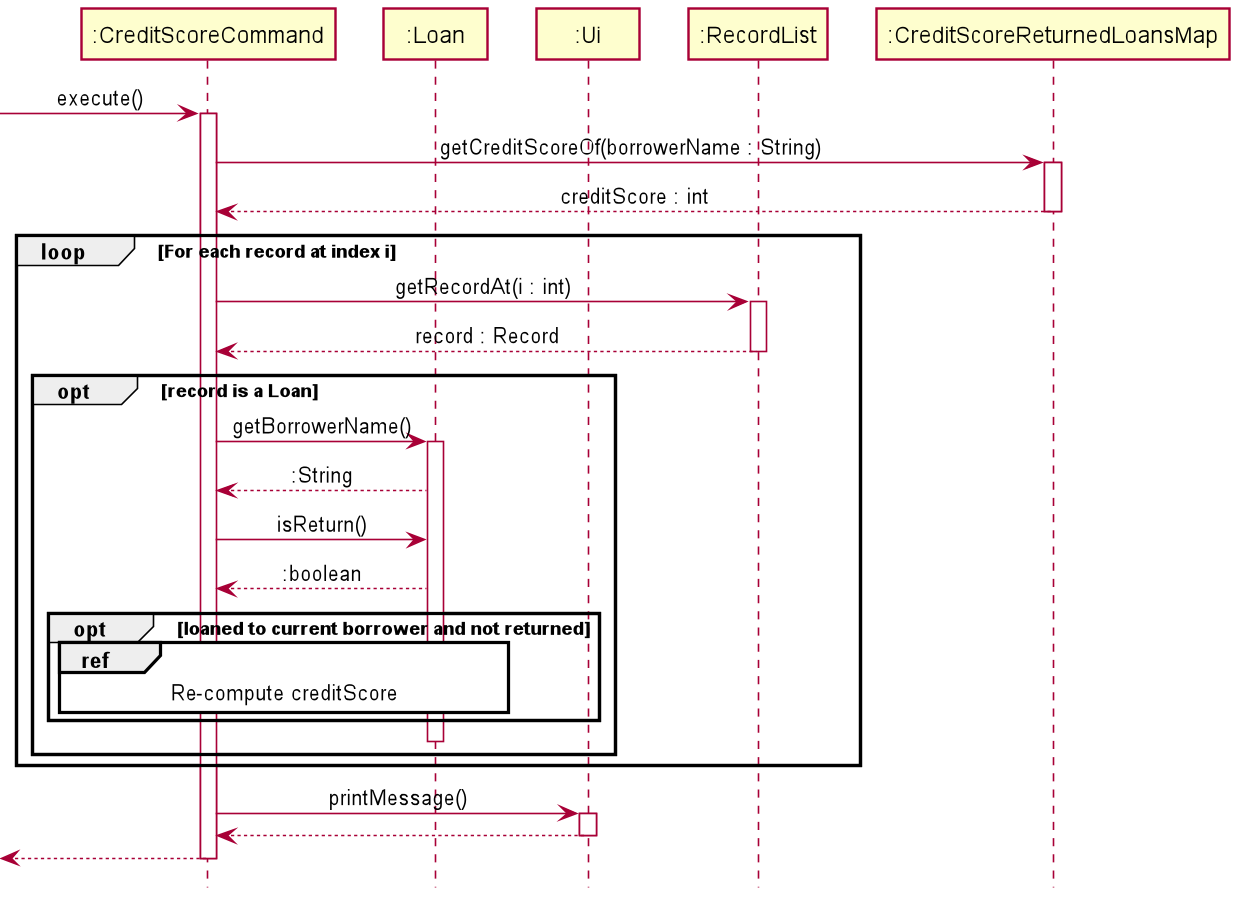
The PlantUML diagram docs/img/CreditScoreFeatureSequenceDiagram.png in nus-cs2113-AY2021S2/tp, before a commit. The source it was exported from:
```plantuml
@startuml
!include style.puml
Participant ":CreditScoreCommand" as CreditScoreCommand
Participant ":Loan" as Loan
Participant ":Ui" as Ui
Participant ":RecordList" as RecordList
Participant ":CreditScoreReturnedLoansMap" as CreditScoreReturnedLoansMap

[-> CreditScoreCommand: execute()
activate CreditScoreCommand
CreditScoreCommand -> CreditScoreReturnedLoansMap : getCreditScoreOf(borrowerName : String)
activate CreditScoreReturnedLoansMap
CreditScoreReturnedLoansMap --> CreditScoreCommand : creditScore : int
deactivate CreditScoreReturnedLoansMap

loop For each record at index i
    CreditScoreCommand -> RecordList : getRecordAt(i : int)
    activate RecordList
    RecordList --> CreditScoreCommand : record : Record
    deactivate RecordList
    opt record is a Loan
        CreditScoreCommand -> Loan : getBorrowerName()
        activate Loan
        Loan --> CreditScoreCommand : :String
        CreditScoreCommand -> Loan : isReturn()
        Loan --> CreditScoreCommand : :boolean
        opt loaned to current borrower and not returned
            ref over CreditScoreCommand, Loan : Re-compute creditScore
        end
        Loan -[hidden]-> CreditScoreCommand
        deactivate Loan
    end
end
CreditScoreCommand -> Ui : printMessage()
activate Ui
Ui --> CreditScoreCommand
deactivate Ui
[<-- CreditScoreCommand
deactivate CreditScoreCommand

@enduml
```
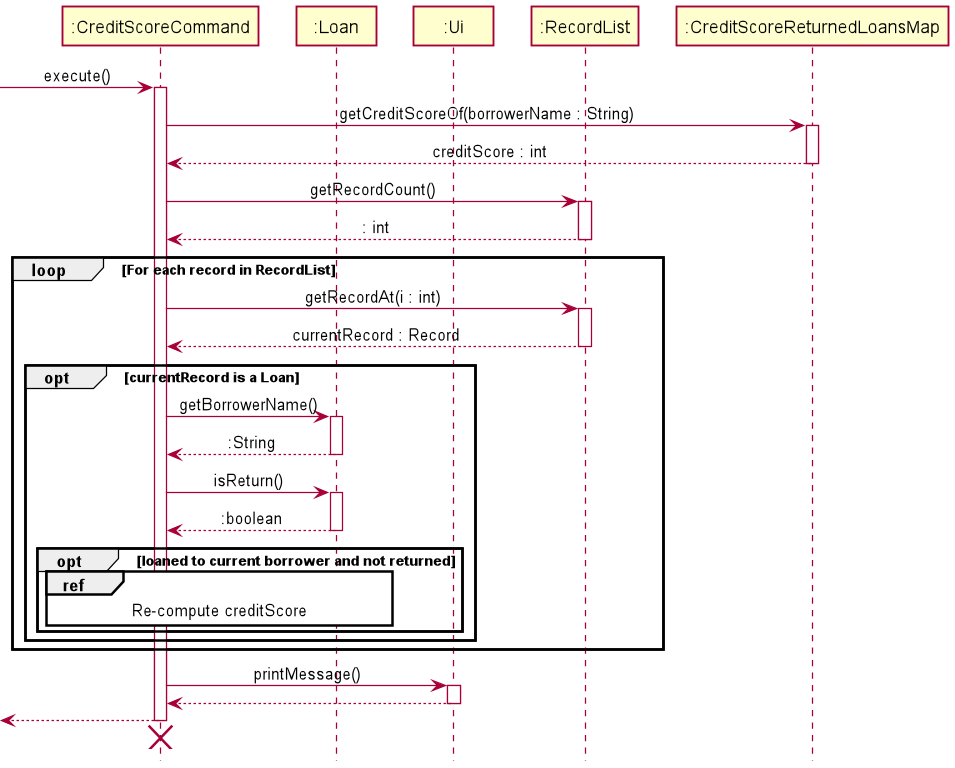
Above is the later version.

Commit message:
Fix a few mistakes in CreditScoreCommand sequence diagram

Diff of the diagram source:
```diff
@@ -13,22 +13,29 @@
 CreditScoreReturnedLoansMap --> CreditScoreCommand : creditScore : int
 deactivate CreditScoreReturnedLoansMap
 
-loop For each record at index i
+CreditScoreCommand -> RecordList : getRecordCount()
+activate RecordList
+RecordList --> CreditScoreCommand : : int
+deactivate RecordList
+
+
+loop For each record in RecordList
     CreditScoreCommand -> RecordList : getRecordAt(i : int)
     activate RecordList
-    RecordList --> CreditScoreCommand : record : Record
+    RecordList --> CreditScoreCommand : currentRecord : Record
     deactivate RecordList
-    opt record is a Loan
+    opt currentRecord is a Loan
         CreditScoreCommand -> Loan : getBorrowerName()
         activate Loan
         Loan --> CreditScoreCommand : :String
+        deactivate Loan
         CreditScoreCommand -> Loan : isReturn()
+        activate Loan
         Loan --> CreditScoreCommand : :boolean
+        deactivate Loan
         opt loaned to current borrower and not returned
-            ref over CreditScoreCommand, Loan : Re-compute creditScore
+                ref over CreditScoreCommand, Loan : Re-compute creditScore
         end
-        Loan -[hidden]-> CreditScoreCommand
-        deactivate Loan
     end
 end
 CreditScoreCommand -> Ui : printMessage()
@@ -37,5 +44,6 @@
 deactivate Ui
 [<-- CreditScoreCommand
 deactivate CreditScoreCommand
-
+[<-[hidden]- CreditScoreCommand
+destroy CreditScoreCommand
 @enduml
```
